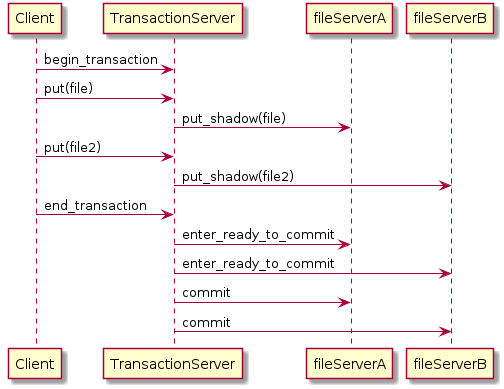
This is report/transactions.png from KillianDavitt/CS4032-DistributedFileSystem, a PlantUML export, as it was before one commit.
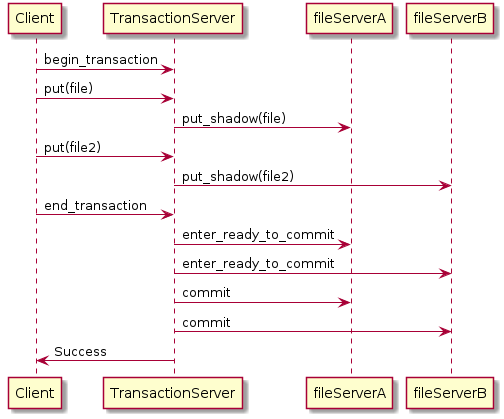
The same file after the commit.

The edit, as a diff of the source:
```diff
@@ -9,5 +9,6 @@
 TransactionServer -> fileServerB: enter_ready_to_commit
 TransactionServer -> fileServerA: commit
 TransactionServer -> fileServerB: commit
+TransactionServer -> Client: Success
 
 @enduml
```
